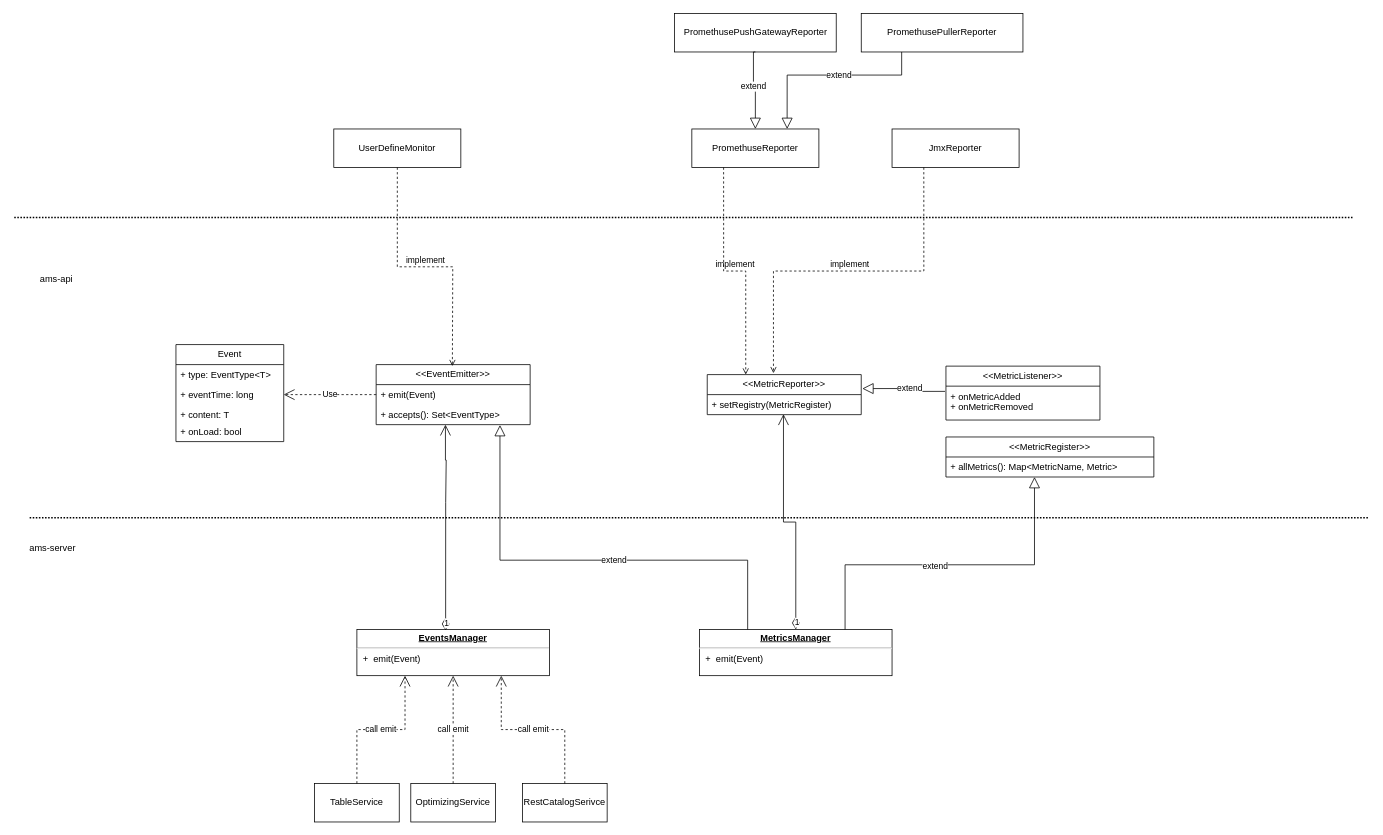
Earlier version of the draw.io diagram arctic/metric.drawio (baiyangtx/draw.io). Source tidied: cells renumbered, new cells numbered last; positions are measured from the earlier drawing's top-left corner, leaving out a move shared by most shapes. Both pictures are drawn from the tidied source at 77%, with x=0, y=0 at pixel (14, 13).
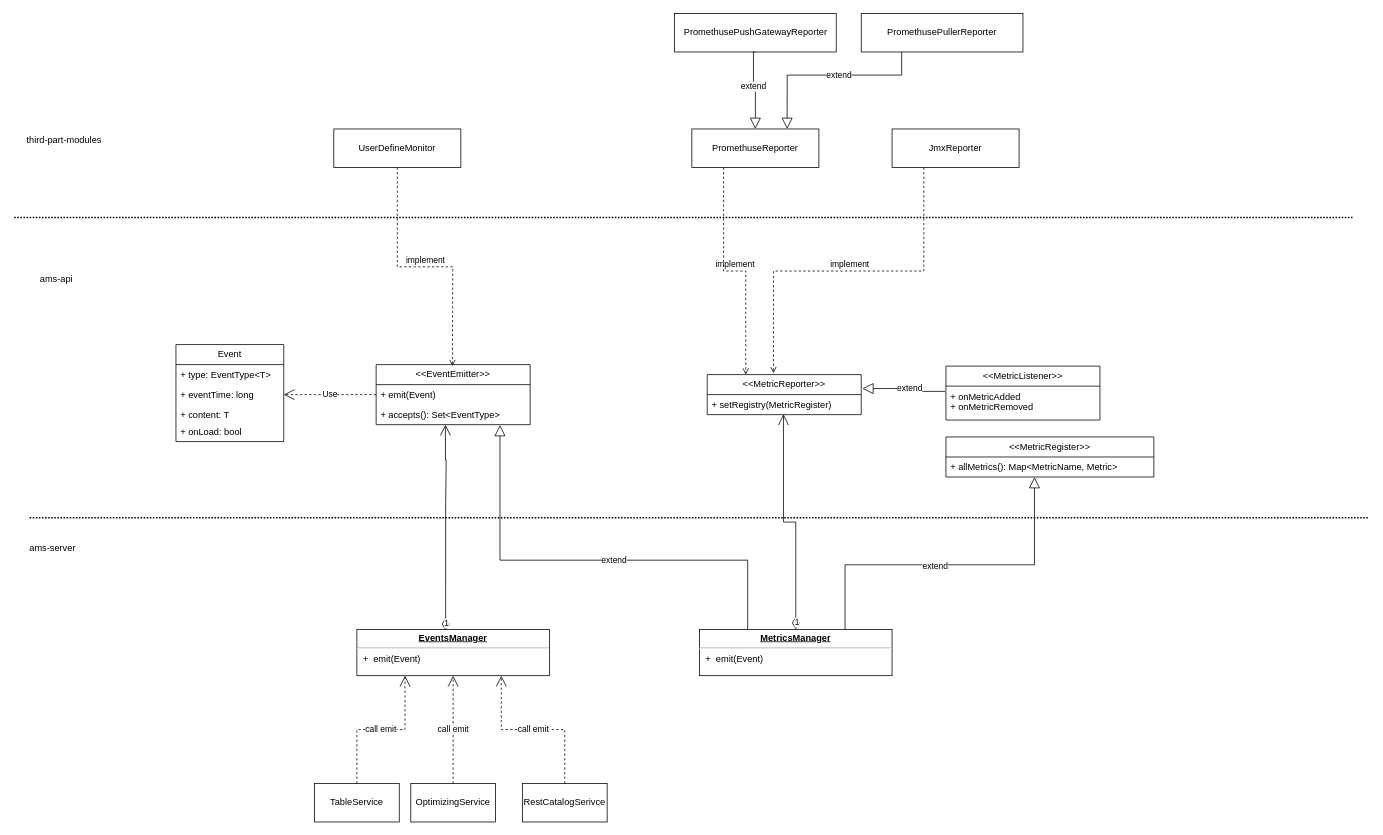
After the change.

Change to the diagram source:
```diff
@@
+    <mxCell id="49" value="third-part-modules" style="text;html=1;strokeColor=none;fillColor=none;align=center;verticalAlign=middle;whiteSpace=wrap;rounded=0;" parent="1" vertex="1">
+      <mxGeometry y="150" width="130" height="30" as="geometry" />
+    </mxCell>
```
